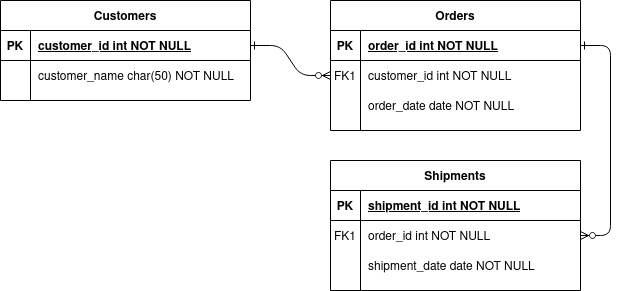
The draw.io diagram diagrams/ER diagram.drawio.png in johannfac/aplikasipeminjamanaset, before a commit. Source tidied: cells renumbered, new cells last; positions are measured from the earlier drawing's top-left corner, leaving out a move shared by most shapes.
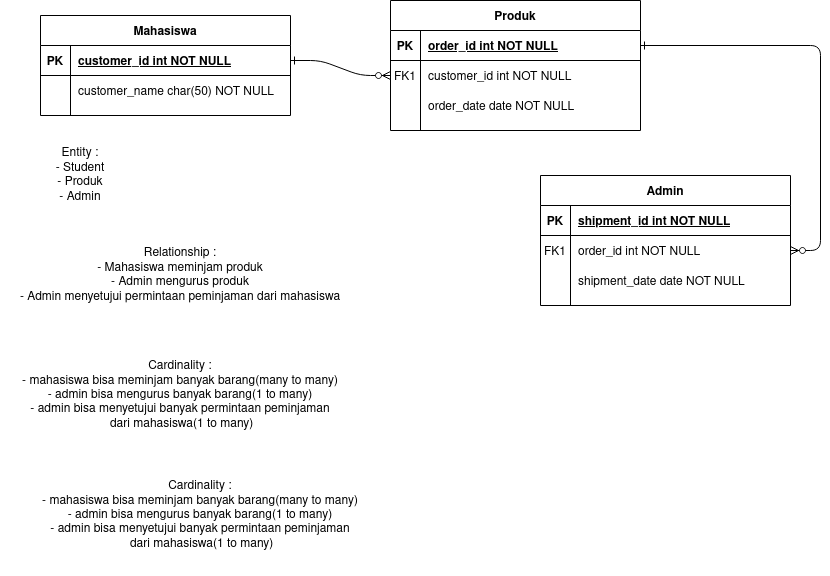
The same file after the commit.

The edit, as a diff of the source:
```diff
@@ -8,8 +8,8 @@
     <mxCell id="3" style="edgeStyle=entityRelationEdgeStyle;endArrow=ERzeroToMany;startArrow=ERone;endFill=1;startFill=0;" parent="1" edge="1" source="5" target="18">
       <mxGeometry relative="1" as="geometry" />
     </mxCell>
-    <mxCell id="4" value="Orders" style="shape=table;startSize=30;rowLines=0;fontStyle=1;align=center;" parent="1" vertex="1">
-      <mxGeometry x="330" width="250" height="130" as="geometry" />
+    <mxCell id="4" value="Produk" style="shape=table;startSize=30;rowLines=0;fontStyle=1;align=center;fontColor=default;fillColor=default;strokeColor=default;" parent="1" vertex="1">
+      <mxGeometry x="350" y="-15" width="250" height="130" as="geometry" />
     </mxCell>
     <mxCell id="5" style="shape=partialRectangle;fillColor=none;points=[[0,0.5],[1,0.5]];portConstraint=eastwest;top=0;left=0;right=0;bottom=1;" parent="4" vertex="1">
       <mxGeometry y="30" width="250" height="30" as="geometry" />
@@ -38,8 +38,8 @@
     <mxCell id="13" value="order_date date NOT NULL" style="shape=partialRectangle;overflow=hidden;fillColor=none;top=0;left=0;bottom=0;right=0;align=left;spacingLeft=6;" parent="11" vertex="1">
       <mxGeometry x="30" width="220" height="30" as="geometry" />
     </mxCell>
-    <mxCell id="14" value="Shipments" style="shape=table;startSize=30;rowLines=0;fontStyle=1;align=center;" parent="1" vertex="1">
-      <mxGeometry x="330" y="160" width="250" height="130" as="geometry" />
+    <mxCell id="14" value="Admin" style="shape=table;startSize=30;rowLines=0;fontStyle=1;align=center;fontColor=default;fillColor=default;strokeColor=default;" parent="1" vertex="1">
+      <mxGeometry x="500" y="160" width="250" height="130" as="geometry" />
     </mxCell>
     <mxCell id="15" style="shape=partialRectangle;fillColor=none;top=0;left=0;right=0;bottom=1;" parent="14" vertex="1">
       <mxGeometry y="30" width="250" height="30" as="geometry" />
@@ -68,7 +68,7 @@
     <mxCell id="23" value="shipment_date date NOT NULL" style="shape=partialRectangle;overflow=hidden;fillColor=none;top=0;left=0;bottom=0;right=0;align=left;spacingLeft=6;" parent="21" vertex="1">
       <mxGeometry x="30" width="220" height="30" as="geometry" />
     </mxCell>
-    <mxCell id="24" value="Customers" style="shape=table;startSize=30;rowLines=0;fontStyle=1;align=center;" parent="1" vertex="1">
+    <mxCell id="24" value="Mahasiswa" style="shape=table;startSize=30;rowLines=0;fontStyle=1;align=center;fontColor=default;" parent="1" vertex="1">
       <mxGeometry width="250" height="100" as="geometry" />
     </mxCell>
     <mxCell id="25" style="shape=partialRectangle;fillColor=none;points=[[0,0.5],[1,0.5]];portConstraint=eastwest;top=0;left=0;right=0;bottom=1;" parent="24" vertex="1">
@@ -89,5 +89,17 @@
     <mxCell id="30" value="customer_name char(50) NOT NULL" style="shape=partialRectangle;overflow=hidden;fillColor=none;top=0;left=0;bottom=0;right=0;align=left;spacingLeft=6;" parent="28" vertex="1">
       <mxGeometry x="30" width="220" height="30" as="geometry" />
     </mxCell>
+    <mxCell id="31" value="&lt;div&gt;Entity :&lt;/div&gt;&lt;div&gt;- Student&lt;/div&gt;&lt;div&gt;- Produk&lt;/div&gt;&lt;div&gt;- Admin&lt;br&gt;&lt;/div&gt;" style="text;html=1;strokeColor=none;fillColor=none;align=center;verticalAlign=middle;whiteSpace=wrap;rounded=0;fontColor=default;" parent="1" vertex="1">
+      <mxGeometry x="-40" y="120" width="160" height="80" as="geometry" />
+    </mxCell>
+    <mxCell id="32" value="&lt;div&gt;Relationship :&lt;/div&gt;&lt;div&gt;- Mahasiswa meminjam produk&lt;/div&gt;&lt;div&gt;- Admin mengurus produk&lt;/div&gt;&lt;div&gt;&lt;span style=&quot;white-space: pre&quot;&gt;- Admin menyetujui permintaan peminjaman dari mahasiswa&lt;/span&gt;&lt;br&gt;&lt;/div&gt;" style="text;html=1;strokeColor=none;fillColor=none;align=center;verticalAlign=middle;whiteSpace=wrap;rounded=0;fontColor=default;" parent="1" vertex="1">
+      <mxGeometry x="-40" y="200" width="360" height="120" as="geometry" />
+    </mxCell>
+    <mxCell id="33" value="&lt;div&gt;Cardinality :&lt;/div&gt;&lt;div&gt;- mahasiswa bisa meminjam banyak barang(many to many)&lt;br&gt;&lt;/div&gt;&lt;div&gt;- admin bisa mengurus banyak barang(1 to many)&lt;br&gt;&lt;/div&gt;&lt;div&gt;- admin bisa menyetujui banyak permintaan peminjaman&lt;br&gt;&lt;/div&gt;&amp;nbsp;dari mahasiswa(1 to many)" style="text;html=1;strokeColor=none;fillColor=none;align=center;verticalAlign=middle;whiteSpace=wrap;rounded=0;fontColor=default;" parent="1" vertex="1">
+      <mxGeometry x="-40" y="320" width="360" height="120" as="geometry" />
+    </mxCell>
+    <mxCell id="34" value="&lt;div&gt;Cardinality :&lt;/div&gt;&lt;div&gt;- mahasiswa bisa meminjam banyak barang(many to many)&lt;br&gt;&lt;/div&gt;&lt;div&gt;- admin bisa mengurus banyak barang(1 to many)&lt;br&gt;&lt;/div&gt;&lt;div&gt;- admin bisa menyetujui banyak permintaan peminjaman&lt;br&gt;&lt;/div&gt;&amp;nbsp;dari mahasiswa(1 to many)" style="text;html=1;strokeColor=none;fillColor=none;align=center;verticalAlign=middle;whiteSpace=wrap;rounded=0;fontColor=default;" parent="1" vertex="1">
+      <mxGeometry x="-40" y="440" width="400" height="120" as="geometry" />
+    </mxCell>
   </root>
 </mxGraphModel>
```
